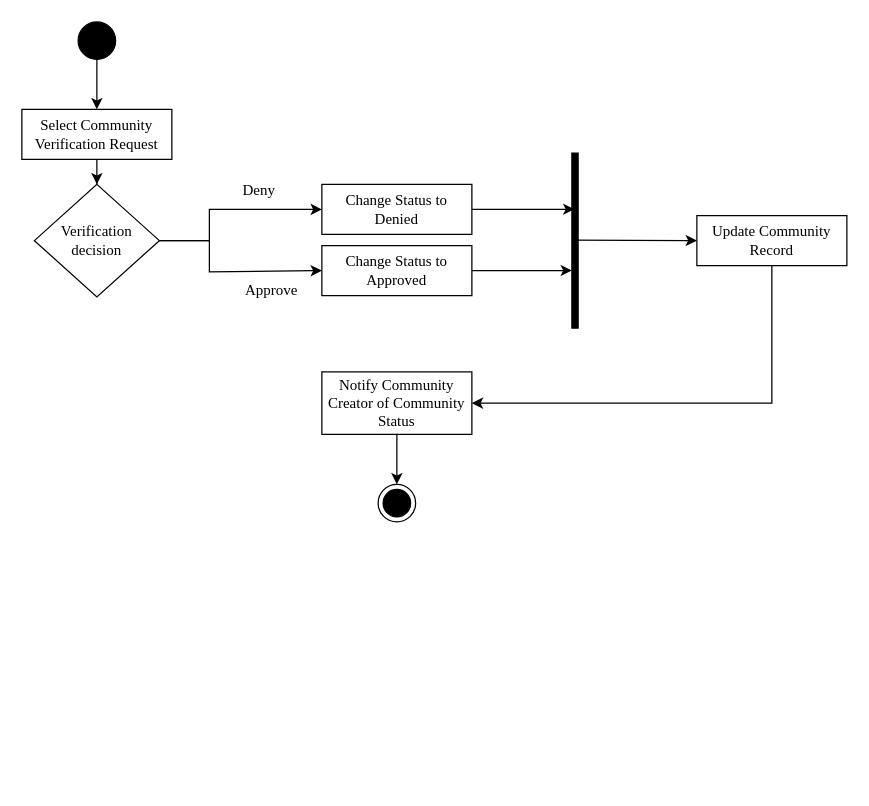
Above: page "CommunityVerification" (3 of 11) of ConnexUs_Chap3.drawio in gvillanueva01/ConnexUs_diagrams (draw.io), before the change. Source tidied: cells renumbered, new cells numbered last; positions are measured from the earlier drawing's top-left corner, leaving out a move shared by most shapes. Both pictures are drawn from the tidied source at 125%, with x=0, y=0 at pixel (21, 21).
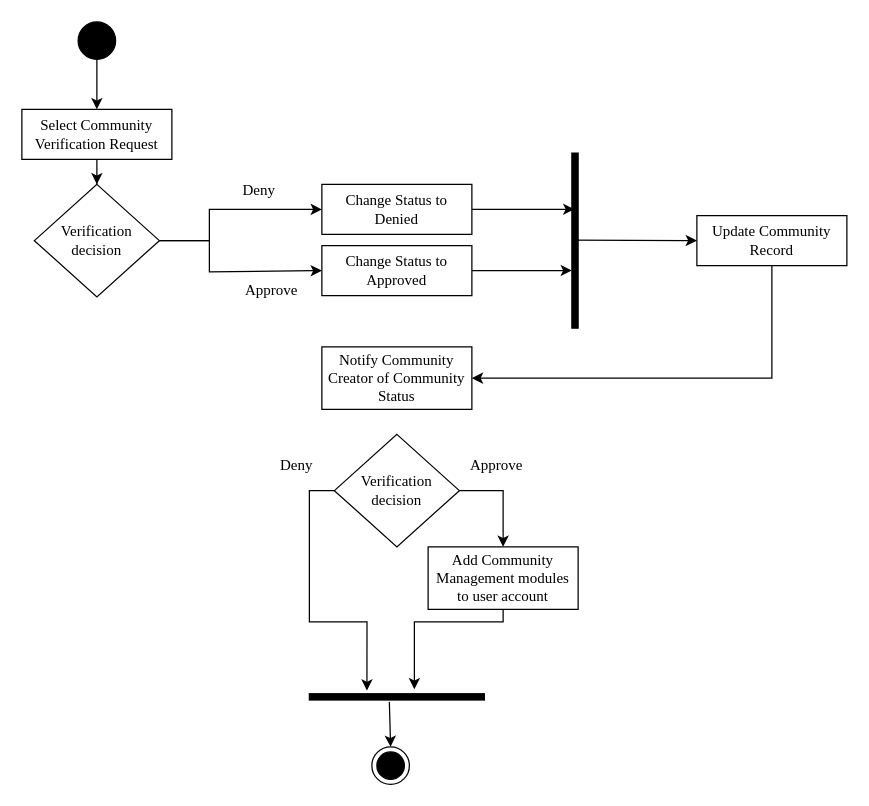
Above is the later version.

The change refers to these unchanged cells:
```xml
<mxCell id="15" value="Update Community Record" style="rounded=0;whiteSpace=wrap;html=1;fontFamily=Times New Roman;" parent="1" vertex="1">
  <mxGeometry x="540" y="155" width="120" height="40" as="geometry" />
</mxCell>
```

What changed in the source:
```diff
@@
     <mxCell id="14" style="edgeStyle=orthogonalEdgeStyle;rounded=0;jettySize=auto;html=1;entryX=1;entryY=0.5;entryDx=0;entryDy=0;" parent="1" edge="1" source="15" target="21">
       <mxGeometry relative="1" as="geometry">
         <Array as="points">
-          <mxPoint x="600" y="305" />
+          <mxPoint x="600" y="285" />
         </Array>
       </mxGeometry>
     </mxCell>
@@
     <mxCell id="17" style="ellipse;html=1;shape=endState;fillColor=strokeColor;" parent="1" vertex="1">
-      <mxGeometry x="285" y="370" width="30" height="30" as="geometry" />
+      <mxGeometry x="280" y="580" width="30" height="30" as="geometry" />
     </mxCell>
@@
-    <mxCell id="20" style="edgeStyle=orthogonalEdgeStyle;rounded=0;jettySize=auto;html=1;" parent="1" edge="1" source="21" target="17">
-      <mxGeometry relative="1" as="geometry" />
-    </mxCell>
     <mxCell id="21" value="Notify Community Creator of Community Status" style="rounded=0;whiteSpace=wrap;html=1;fontFamily=Times New Roman;" parent="1" vertex="1">
-      <mxGeometry x="240" y="280" width="120" height="50" as="geometry" />
+      <mxGeometry x="240" y="260" width="120" height="50" as="geometry" />
     </mxCell>
+    <mxCell id="22" style="edgeStyle=orthogonalEdgeStyle;rounded=0;jettySize=auto;html=1;exitX=1;exitY=0.5;exitDx=0;exitDy=0;entryX=0.5;entryY=0;entryDx=0;entryDy=0;" parent="1" edge="1" source="24" target="28">
+      <mxGeometry relative="1" as="geometry" />
+    </mxCell>
+    <mxCell id="23" style="edgeStyle=orthogonalEdgeStyle;rounded=0;jettySize=auto;html=1;exitX=0;exitY=0.5;exitDx=0;exitDy=0;entryX=-0.5;entryY=0.671;entryDx=0;entryDy=0;entryPerimeter=0;" parent="1" edge="1" source="24" target="29">
+      <mxGeometry relative="1" as="geometry">
+        <Array as="points">
+          <mxPoint x="230" y="375" />
+          <mxPoint x="230" y="480" />
+          <mxPoint x="276" y="480" />
+        </Array>
+      </mxGeometry>
+    </mxCell>
+    <mxCell id="24" value="&lt;font face=&quot;Times New Roman&quot;&gt;Verification decision&lt;/font&gt;" style="shape=rhombus;html=1;dashed=0;whiteSpace=wrap;perimeter=rhombusPerimeter;" parent="1" vertex="1">
+      <mxGeometry x="250" y="330" width="100" height="90" as="geometry" />
+    </mxCell>
+    <mxCell id="25" value="Approve" style="text;html=1;strokeColor=none;fillColor=none;align=center;verticalAlign=middle;whiteSpace=wrap;rounded=0;fontFamily=Times New Roman;" parent="1" vertex="1">
+      <mxGeometry x="350" y="340" width="60" height="30" as="geometry" />
+    </mxCell>
+    <mxCell id="26" value="Deny" style="text;html=1;strokeColor=none;fillColor=none;align=center;verticalAlign=middle;whiteSpace=wrap;rounded=0;fontFamily=Times New Roman;" parent="1" vertex="1">
+      <mxGeometry x="190" y="340" width="60" height="30" as="geometry" />
+    </mxCell>
+    <mxCell id="27" style="edgeStyle=orthogonalEdgeStyle;rounded=0;jettySize=auto;html=1;exitX=0.5;exitY=1;exitDx=0;exitDy=0;entryX=-0.7;entryY=0.4;entryDx=0;entryDy=0;entryPerimeter=0;" parent="1" edge="1" source="28" target="29">
+      <mxGeometry relative="1" as="geometry">
+        <Array as="points">
+          <mxPoint x="385" y="480" />
+          <mxPoint x="314" y="480" />
+        </Array>
+      </mxGeometry>
+    </mxCell>
+    <mxCell id="28" value="Add Community Management modules to user account" style="rounded=0;whiteSpace=wrap;html=1;fontFamily=Times New Roman;" parent="1" vertex="1">
+      <mxGeometry x="325" y="420" width="120" height="50" as="geometry" />
+    </mxCell>
+    <mxCell id="29" style="html=1;points=[];perimeter=orthogonalPerimeter;fillColor=strokeColor;rotation=90;" parent="1" vertex="1">
+      <mxGeometry x="297.5" y="470" width="5" height="140" as="geometry" />
+    </mxCell>
+    <mxCell id="30" style="endArrow=classic;html=1;rounded=0;exitX=1.3;exitY=0.543;exitDx=0;exitDy=0;exitPerimeter=0;entryX=0.5;entryY=0;entryDx=0;entryDy=0;" parent="1" edge="1" source="29" target="17">
+      <mxGeometry relative="1" as="geometry" />
+    </mxCell>
```
